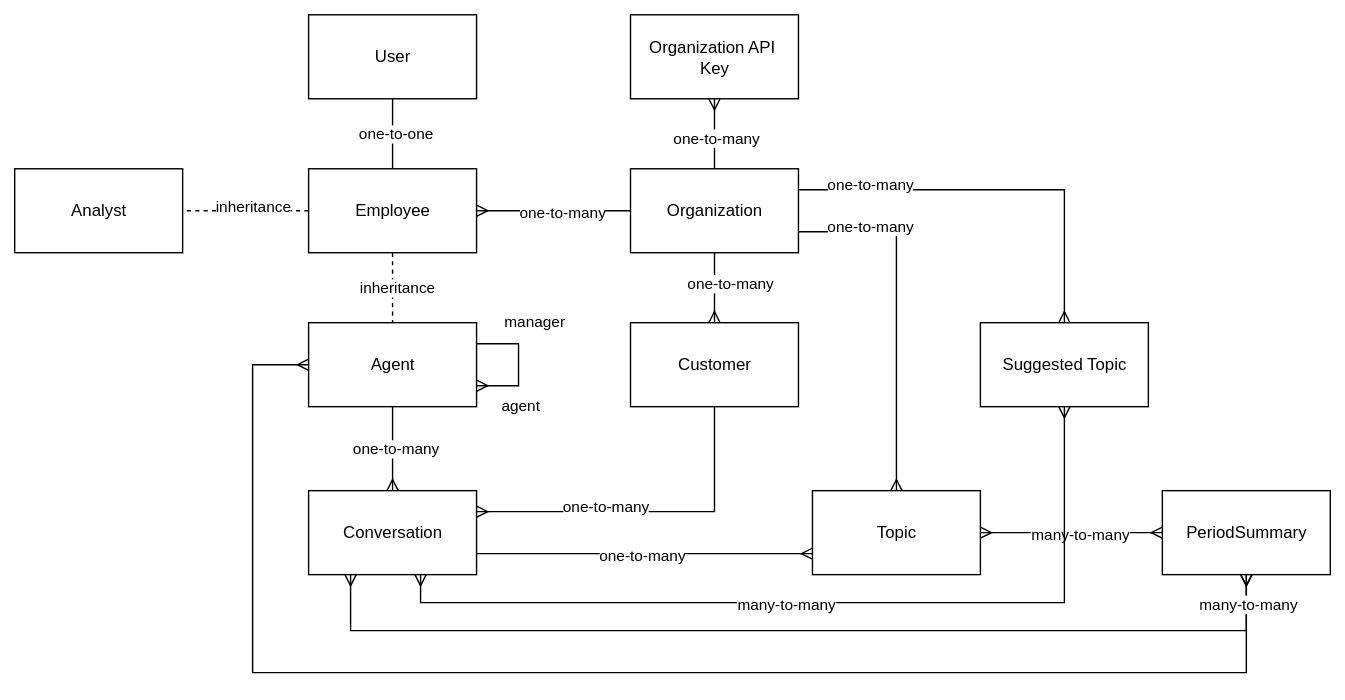
TellMeCH/tellme-app keeps this draw.io diagram as docs/images/Application Data Model.drawio.svg. Above is the earlier version. Source tidied: cells renumbered, new cells last; positions are measured from the earlier drawing's top-left corner, leaving out a move shared by most shapes.
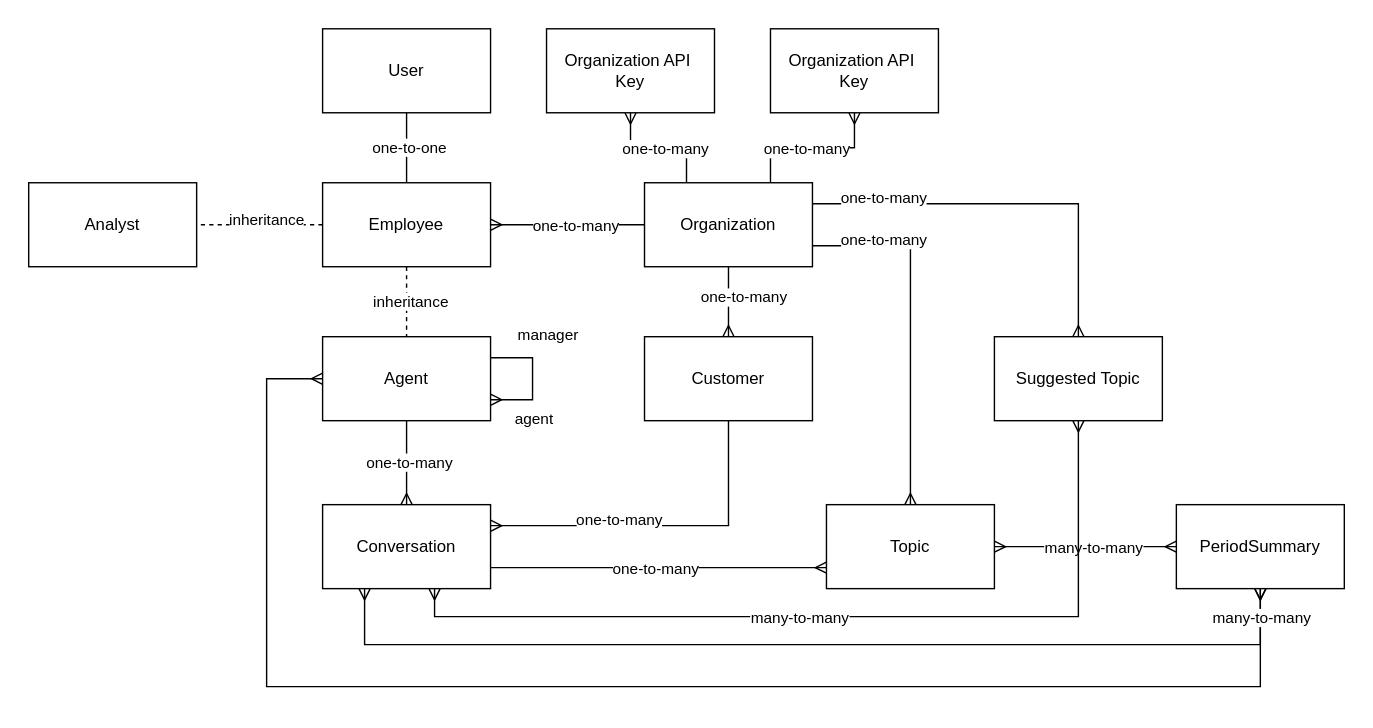
The same diagram one commit later.

Change to the diagram source:
```diff
@@ -30,7 +30,7 @@
         <mxPoint x="-21" y="-17" as="offset" />
       </mxGeometry>
     </mxCell>
-    <mxCell id="8" style="edgeStyle=orthogonalEdgeStyle;rounded=0;jettySize=auto;html=1;exitX=0.5;exitY=0;exitDx=0;exitDy=0;entryX=0.5;entryY=1;entryDx=0;entryDy=0;endArrow=ERmany;endFill=0;" parent="1" edge="1" source="11" target="34">
+    <mxCell id="8" style="edgeStyle=orthogonalEdgeStyle;rounded=0;jettySize=auto;html=1;exitX=0.25;exitY=0;exitDx=0;exitDy=0;entryX=0.5;entryY=1;entryDx=0;entryDy=0;endArrow=ERmany;endFill=0;" parent="1" edge="1" source="11" target="34">
       <mxGeometry relative="1" as="geometry" />
     </mxCell>
     <mxCell id="9" value="one-to-many" style="edgeLabel;html=1;align=center;verticalAlign=middle;" parent="8" vertex="1">
@@ -128,7 +128,7 @@
       </mxGeometry>
     </mxCell>
     <mxCell id="34" value="Organization API&amp;nbsp;&lt;div&gt;Key&lt;/div&gt;" style="rounded=0;whiteSpace=wrap;html=1;" parent="1" vertex="1">
-      <mxGeometry x="440" width="120" height="60" as="geometry" />
+      <mxGeometry x="370" width="120" height="60" as="geometry" />
     </mxCell>
     <mxCell id="35" style="edgeStyle=orthogonalEdgeStyle;rounded=0;jettySize=auto;html=1;entryX=1;entryY=0.5;entryDx=0;entryDy=0;exitX=0;exitY=0.5;exitDx=0;exitDy=0;startArrow=ERmany;startFill=0;endArrow=ERmany;endFill=0;" parent="1" edge="1" source="39" target="21">
       <mxGeometry relative="1" as="geometry" />
@@ -179,5 +179,14 @@
     <mxCell id="44" value="many-to-many" style="edgeLabel;html=1;align=center;verticalAlign=middle;" parent="1" vertex="1">
       <mxGeometry x="550" y="420" as="geometry" />
     </mxCell>
+    <mxCell id="45" style="edgeStyle=orthogonalEdgeStyle;rounded=0;jettySize=auto;html=1;exitX=0.75;exitY=0;exitDx=0;exitDy=0;entryX=0.5;entryY=1;entryDx=0;entryDy=0;endArrow=ERmany;endFill=0;" parent="1" edge="1" source="11" target="47">
+      <mxGeometry relative="1" as="geometry" />
+    </mxCell>
+    <mxCell id="46" value="one-to-many" style="edgeLabel;html=1;align=center;verticalAlign=middle;" parent="45" vertex="1">
+      <mxGeometry x="-0.09" relative="1" as="geometry" />
+    </mxCell>
+    <mxCell id="47" value="Organization API&amp;nbsp;&lt;div&gt;Key&lt;/div&gt;" style="rounded=0;whiteSpace=wrap;html=1;" parent="1" vertex="1">
+      <mxGeometry x="530" width="120" height="60" as="geometry" />
+    </mxCell>
   </root>
 </mxGraphModel>
```
